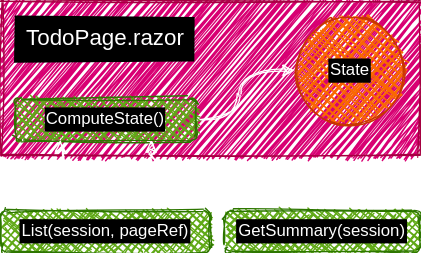
The draw.io diagram Slides/Fusion_v2/diagrams/todo-app/1.dio.svg in alexyakunin/Stl.Fusion.Materials, before a commit. Source tidied: cells renumbered, new cells last; positions are measured from the earlier drawing's top-left corner, leaving out a move shared by most shapes.
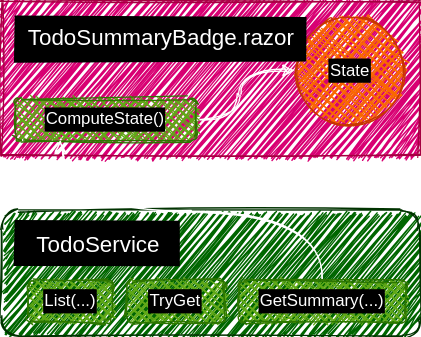
The same diagram one commit later.

The edit, as a diff of the source:
```diff
@@ -2,14 +2,20 @@
   <root>
     <mxCell id="0" />
     <mxCell id="1" parent="0" />
+    <mxCell id="11" style="rounded=1;whiteSpace=wrap;html=1;sketch=1;fontColor=#ffffff;fillStyle=zigzag;shadow=0;labelBackgroundColor=#000000;labelBorderColor=#000000;strokeColor=#003300;fillColor=#006600;" parent="1" vertex="1">
+      <mxGeometry y="150" width="300" height="90" as="geometry" />
+    </mxCell>
+    <mxCell id="12" value="TodoService" style="text;html=1;strokeColor=none;align=center;verticalAlign=middle;whiteSpace=wrap;rounded=0;sketch=1;fontSize=16;fillColor=#000000;fillStyle=solid;fontColor=#FFFFFF;" parent="1" vertex="1">
+      <mxGeometry x="10" y="157.5" width="120" height="32.5" as="geometry" />
+    </mxCell>
     <mxCell id="2" style="whiteSpace=wrap;html=1;sketch=1;rounded=0;fillStyle=zigzag;fillColor=#d80073;strokeColor=#A50040;fontColor=#ffffff;" parent="1" vertex="1">
       <mxGeometry width="300" height="110" as="geometry" />
     </mxCell>
     <mxCell id="3" value="State" style="ellipse;whiteSpace=wrap;html=1;rounded=1;sketch=1;fillColor=#fa6800;strokeColor=#C73500;fontColor=#ffffff;fillStyle=cross-hatch;labelBackgroundColor=#000000;labelBorderColor=#000000;" parent="1" vertex="1">
       <mxGeometry x="210" y="10" width="80" height="80" as="geometry" />
     </mxCell>
-    <mxCell id="4" value="TodoPage.razor" style="text;html=1;strokeColor=none;align=center;verticalAlign=middle;whiteSpace=wrap;rounded=0;sketch=1;fontSize=16;fillColor=#000000;fillStyle=solid;fontColor=#FFFFFF;" parent="1" vertex="1">
-      <mxGeometry x="10" y="10" width="130" height="32.5" as="geometry" />
+    <mxCell id="4" value="TodoSummaryBadge.razor" style="text;html=1;strokeColor=none;align=center;verticalAlign=middle;whiteSpace=wrap;rounded=0;sketch=1;fontSize=16;fillColor=#000000;fillStyle=solid;fontColor=#FFFFFF;" parent="1" vertex="1">
+      <mxGeometry x="10" y="10" width="210" height="32.5" as="geometry" />
     </mxCell>
     <mxCell id="5" style="edgeStyle=orthogonalEdgeStyle;sketch=1;jettySize=auto;html=1;exitX=1;exitY=0.5;exitDx=0;exitDy=0;fontSize=16;strokeColor=#FFFFFF;entryX=0;entryY=0.5;entryDx=0;entryDy=0;curved=1;" parent="1" edge="1" source="6" target="3">
       <mxGeometry relative="1" as="geometry">
@@ -25,14 +31,14 @@
     <mxCell id="7" style="edgeStyle=orthogonalEdgeStyle;curved=1;rounded=0;sketch=1;jettySize=auto;html=1;exitX=0.5;exitY=0;exitDx=0;exitDy=0;entryX=0.25;entryY=1;entryDx=0;entryDy=0;fontColor=#FFFFFF;strokeColor=#FFFFFF;" parent="1" edge="1" source="8" target="6">
       <mxGeometry relative="1" as="geometry" />
     </mxCell>
-    <mxCell id="8" value="List(session, pageRef)" style="rounded=1;whiteSpace=wrap;html=1;sketch=1;fillColor=#60a917;strokeColor=#2D7600;fontColor=#ffffff;fillStyle=cross-hatch;shadow=0;labelBackgroundColor=#000000;labelBorderColor=#000000;" parent="1" vertex="1">
-      <mxGeometry y="150" width="150" height="30" as="geometry" />
+    <mxCell id="8" value="GetSummary(...)" style="rounded=1;whiteSpace=wrap;html=1;sketch=1;fillColor=#60a917;strokeColor=#2D7600;fontColor=#ffffff;fillStyle=cross-hatch;shadow=0;labelBackgroundColor=#000000;labelBorderColor=#000000;" parent="1" vertex="1">
+      <mxGeometry x="170" y="200" width="120" height="30" as="geometry" />
     </mxCell>
-    <mxCell id="9" style="edgeStyle=orthogonalEdgeStyle;curved=1;rounded=0;sketch=1;jettySize=auto;html=1;exitX=0.5;exitY=0;exitDx=0;exitDy=0;entryX=0.75;entryY=1;entryDx=0;entryDy=0;fontColor=#FFFFFF;strokeColor=#FFFFFF;" parent="1" edge="1" source="10" target="6">
-      <mxGeometry relative="1" as="geometry" />
-    </mxCell>
-    <mxCell id="10" value="GetSummary(session)" style="rounded=1;whiteSpace=wrap;html=1;sketch=1;fillColor=#60a917;strokeColor=#2D7600;fontColor=#ffffff;fillStyle=cross-hatch;labelBackgroundColor=#000000;labelBorderColor=#000000;" parent="1" vertex="1">
-      <mxGeometry x="160" y="150" width="140" height="30" as="geometry" />
-    </mxCell>
+    <mxCell id="13" value="List(...)" style="rounded=1;whiteSpace=wrap;html=1;sketch=1;fillColor=#60a917;strokeColor=#2D7600;fontColor=#ffffff;fillStyle=cross-hatch;shadow=0;labelBackgroundColor=#000000;labelBorderColor=#000000;" parent="1" vertex="1">
+      <mxGeometry x="20" y="200" width="60" height="30" as="geometry" />
+    </mxCell>
+    <mxCell id="14" value="TryGet" style="rounded=1;whiteSpace=wrap;html=1;sketch=1;fillColor=#60a917;strokeColor=#2D7600;fontColor=#ffffff;fillStyle=cross-hatch;shadow=0;labelBackgroundColor=#000000;labelBorderColor=#000000;" parent="1" vertex="1">
+      <mxGeometry x="90" y="200" width="70" height="30" as="geometry" />
+    </mxCell>
   </root>
 </mxGraphModel>
```
